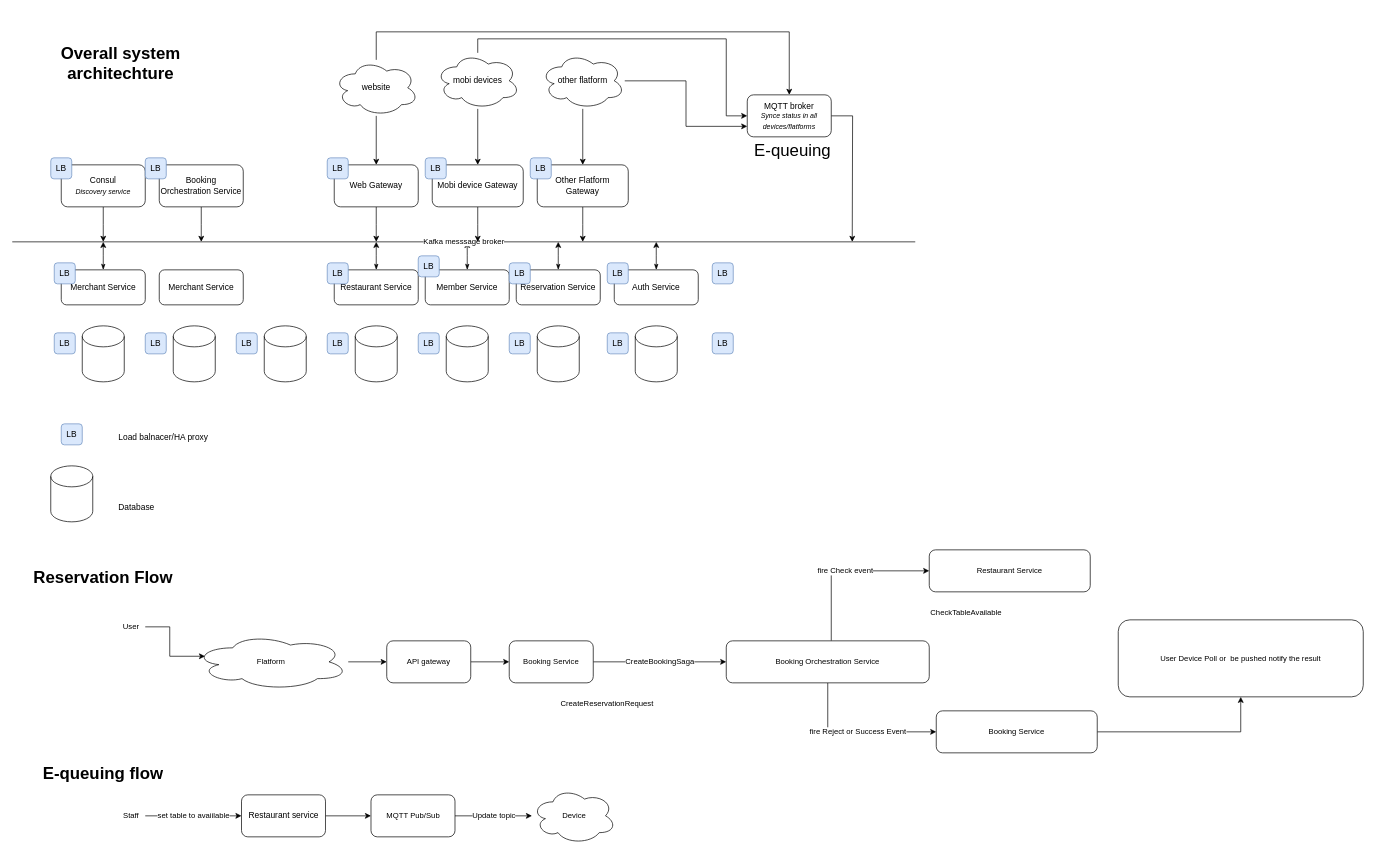
hanguyenbinh/booking-service keeps this draw.io diagram as page "System overview" (1 of 5) of reservation system.drawio. Above is the earlier version. Source tidied: cells renumbered, new cells numbered last; positions are measured from the earlier drawing's top-left corner, leaving out a move shared by most shapes. Both pictures are drawn from the tidied source at 70%, with x=0, y=0 at pixel (12, 31).
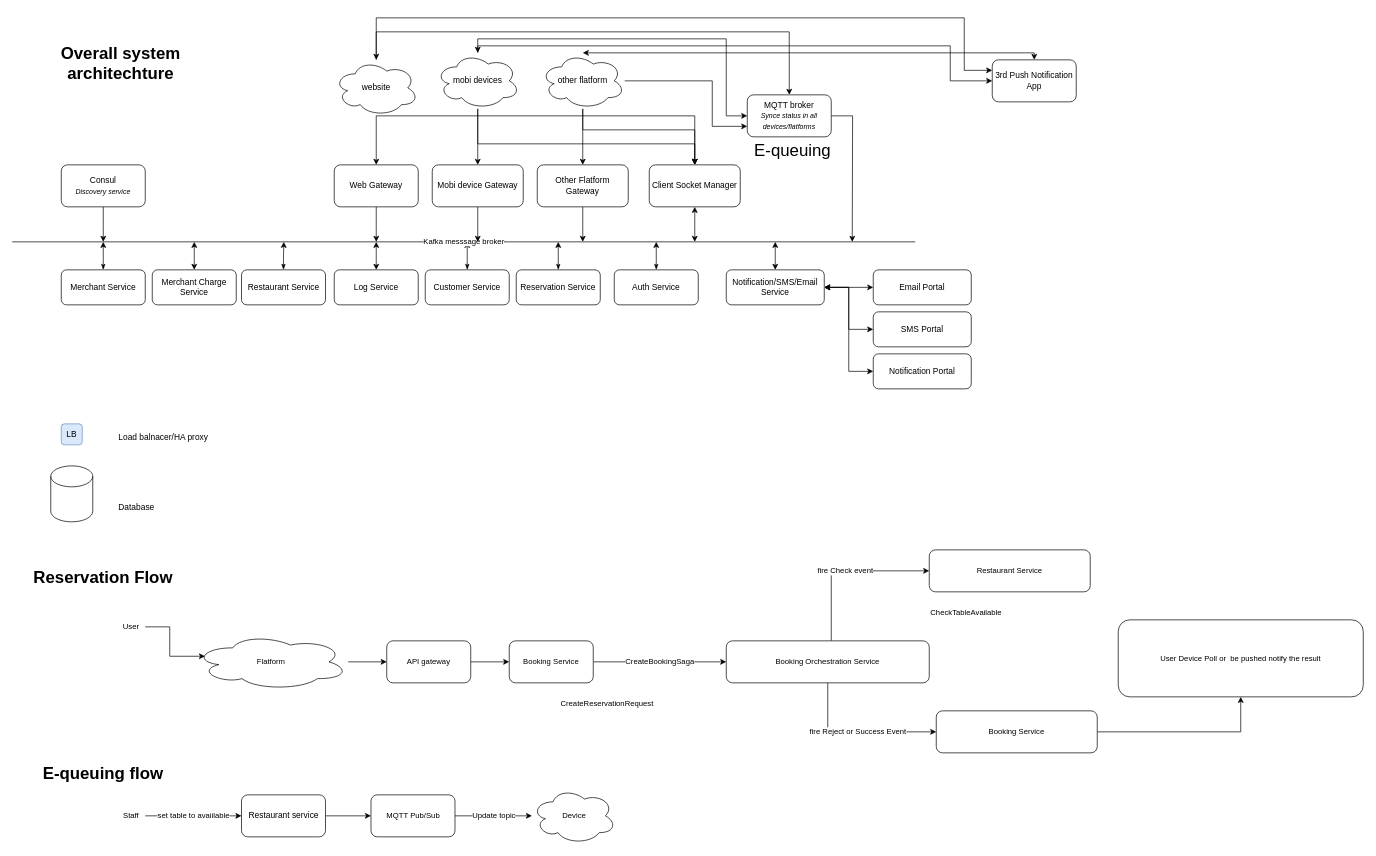
After the change.

Unchanged cells that the change refers to:
```xml
<mxCell id="33" value="website" style="ellipse;shape=cloud;whiteSpace=wrap;html=1;" parent="1" vertex="1">
  <mxGeometry x="460" y="40" width="120" height="80" as="geometry" />
</mxCell>
<mxCell id="36" value="mobi devices" style="ellipse;shape=cloud;whiteSpace=wrap;html=1;" parent="1" vertex="1">
  <mxGeometry x="605" y="30" width="120" height="80" as="geometry" />
</mxCell>
<mxCell id="39" value="other flatform" style="ellipse;shape=cloud;whiteSpace=wrap;html=1;" parent="1" vertex="1">
  <mxGeometry x="755" y="30" width="120" height="80" as="geometry" />
</mxCell>
<mxCell id="41" value="MQTT broker&lt;br style=&quot;font-size: 11px&quot;&gt;&lt;font size=&quot;1&quot;&gt;&lt;i&gt;Synce status in all devices/flatforms&lt;/i&gt;&lt;/font&gt;" style="rounded=1;whiteSpace=wrap;html=1;" parent="1" vertex="1">
  <mxGeometry x="1050" y="90" width="120" height="60" as="geometry" />
</mxCell>
```

The edit, as a diff of the source:
```diff
@@
-    <mxCell id="4" style="edgeStyle=orthogonalEdgeStyle;rounded=0;jettySize=auto;html=1;startArrow=classicThin;startFill=1;" parent="1" edge="1" source="5">
+    <mxCell id="4" style="edgeStyle=orthogonalEdgeStyle;rounded=0;jettySize=auto;html=1;startArrow=classicThin;startFill=1;exitX=0.5;exitY=0;exitDx=0;exitDy=0;" parent="1" edge="1" source="5">
       <mxGeometry relative="1" as="geometry">
-        <mxPoint x="520" y="300" as="targetPoint" />
+        <mxPoint x="388" y="300" as="targetPoint" />
+        <Array as="points">
+          <mxPoint x="388" y="320" />
+          <mxPoint x="388" y="320" />
+        </Array>
       </mxGeometry>
     </mxCell>
     <mxCell id="5" value="Restaurant Service" style="rounded=1;whiteSpace=wrap;html=1;" parent="1" vertex="1">
-      <mxGeometry x="460" y="340" width="120" height="50" as="geometry" />
+      <mxGeometry x="327.5" y="340" width="120" height="50" as="geometry" />
     </mxCell>
@@
-    <mxCell id="9" value="Member Service" style="rounded=1;whiteSpace=wrap;html=1;" parent="1" vertex="1">
+    <mxCell id="9" value="Customer Service" style="rounded=1;whiteSpace=wrap;html=1;" parent="1" vertex="1">
       <mxGeometry x="590" y="340" width="120" height="50" as="geometry" />
     </mxCell>
@@
-    <mxCell id="15" style="shape=cylinder3;whiteSpace=wrap;html=1;boundedLbl=1;backgroundOutline=1;size=15;" parent="1" vertex="1">
-      <mxGeometry x="100" y="420" width="60" height="80" as="geometry" />
-    </mxCell>
-    <mxCell id="16" style="shape=cylinder3;whiteSpace=wrap;html=1;boundedLbl=1;backgroundOutline=1;size=15;" parent="1" vertex="1">
-      <mxGeometry x="230" y="420" width="60" height="80" as="geometry" />
-    </mxCell>
-    <mxCell id="17" style="shape=cylinder3;whiteSpace=wrap;html=1;boundedLbl=1;backgroundOutline=1;size=15;" parent="1" vertex="1">
-      <mxGeometry x="360" y="420" width="60" height="80" as="geometry" />
-    </mxCell>
-    <mxCell id="18" style="shape=cylinder3;whiteSpace=wrap;html=1;boundedLbl=1;backgroundOutline=1;size=15;" parent="1" vertex="1">
-      <mxGeometry x="490" y="420" width="60" height="80" as="geometry" />
-    </mxCell>
-    <mxCell id="19" style="shape=cylinder3;whiteSpace=wrap;html=1;boundedLbl=1;backgroundOutline=1;size=15;" parent="1" vertex="1">
-      <mxGeometry x="620" y="420" width="60" height="80" as="geometry" />
-    </mxCell>
-    <mxCell id="20" style="shape=cylinder3;whiteSpace=wrap;html=1;boundedLbl=1;backgroundOutline=1;size=15;" parent="1" vertex="1">
-      <mxGeometry x="750" y="420" width="60" height="80" as="geometry" />
-    </mxCell>
-    <mxCell id="21" style="shape=cylinder3;whiteSpace=wrap;html=1;boundedLbl=1;backgroundOutline=1;size=15;" parent="1" vertex="1">
-      <mxGeometry x="890" y="420" width="60" height="80" as="geometry" />
-    </mxCell>
@@
-    <mxCell id="25" style="edgeStyle=orthogonalEdgeStyle;rounded=0;jettySize=auto;html=1;" parent="1" edge="1" source="26">
-      <mxGeometry relative="1" as="geometry">
-        <mxPoint x="270" y="300" as="targetPoint" />
-      </mxGeometry>
-    </mxCell>
-    <mxCell id="26" value="Booking Orchestration Service" style="rounded=1;whiteSpace=wrap;html=1;" parent="1" vertex="1">
-      <mxGeometry x="210" y="190" width="120" height="60" as="geometry" />
-    </mxCell>
@@
+    <mxCell id="93" style="edgeStyle=orthogonalEdgeStyle;rounded=0;jettySize=auto;html=1;" parent="1" edge="1" source="33" target="101">
+      <mxGeometry relative="1" as="geometry">
+        <Array as="points">
+          <mxPoint x="975" y="120" />
+        </Array>
+      </mxGeometry>
+    </mxCell>
+    <mxCell id="94" style="edgeStyle=orthogonalEdgeStyle;rounded=0;jettySize=auto;html=1;entryX=0;entryY=0.25;entryDx=0;entryDy=0;startArrow=classic;startFill=1;" parent="1" edge="1" source="33" target="112">
+      <mxGeometry relative="1" as="geometry">
+        <Array as="points">
+          <mxPoint x="520" y="-20" />
+          <mxPoint x="1360" y="-20" />
+          <mxPoint x="1360" y="55" />
+        </Array>
+      </mxGeometry>
+    </mxCell>
@@
+    <mxCell id="95" style="edgeStyle=orthogonalEdgeStyle;rounded=0;jettySize=auto;html=1;entryX=0.5;entryY=0;entryDx=0;entryDy=0;" parent="1" edge="1" source="36" target="101">
+      <mxGeometry relative="1" as="geometry">
+        <Array as="points">
+          <mxPoint x="665" y="160" />
+          <mxPoint x="975" y="160" />
+        </Array>
+      </mxGeometry>
+    </mxCell>
+    <mxCell id="96" style="edgeStyle=orthogonalEdgeStyle;rounded=0;jettySize=auto;html=1;entryX=0;entryY=0.5;entryDx=0;entryDy=0;startArrow=classic;startFill=1;" parent="1" edge="1" source="36" target="112">
+      <mxGeometry relative="1" as="geometry">
+        <Array as="points">
+          <mxPoint x="665" y="20" />
+          <mxPoint x="1340" y="20" />
+        </Array>
+      </mxGeometry>
+    </mxCell>
@@
     <mxCell id="38" style="edgeStyle=orthogonalEdgeStyle;rounded=0;jettySize=auto;html=1;entryX=0;entryY=0.75;entryDx=0;entryDy=0;" parent="1" edge="1" source="39" target="41">
-      <mxGeometry relative="1" as="geometry" />
+      <mxGeometry relative="1" as="geometry">
+        <Array as="points">
+          <mxPoint x="1000" y="70" />
+          <mxPoint x="1000" y="135" />
+        </Array>
+      </mxGeometry>
     </mxCell>
+    <mxCell id="97" style="edgeStyle=orthogonalEdgeStyle;rounded=0;jettySize=auto;html=1;entryX=0.5;entryY=0;entryDx=0;entryDy=0;" parent="1" edge="1" source="39" target="101">
+      <mxGeometry relative="1" as="geometry">
+        <Array as="points">
+          <mxPoint x="815" y="140" />
+          <mxPoint x="975" y="140" />
+        </Array>
+      </mxGeometry>
+    </mxCell>
+    <mxCell id="98" style="edgeStyle=orthogonalEdgeStyle;rounded=0;jettySize=auto;html=1;startArrow=classic;startFill=1;" parent="1" edge="1" source="39" target="112">
+      <mxGeometry relative="1" as="geometry">
+        <Array as="points">
+          <mxPoint x="1460" y="30" />
+        </Array>
+      </mxGeometry>
+    </mxCell>
@@
-    <mxCell id="42" value="LB" style="rounded=1;whiteSpace=wrap;html=1;fillColor=#dae8fc;strokeColor=#6c8ebf;" parent="1" vertex="1">
-      <mxGeometry x="60" y="430" width="30" height="30" as="geometry" />
-    </mxCell>
-    <mxCell id="43" value="LB" style="rounded=1;whiteSpace=wrap;html=1;fillColor=#dae8fc;strokeColor=#6c8ebf;" parent="1" vertex="1">
-      <mxGeometry x="190" y="430" width="30" height="30" as="geometry" />
-    </mxCell>
-    <mxCell id="44" value="LB" style="rounded=1;whiteSpace=wrap;html=1;fillColor=#dae8fc;strokeColor=#6c8ebf;" parent="1" vertex="1">
-      <mxGeometry x="320" y="430" width="30" height="30" as="geometry" />
-    </mxCell>
-    <mxCell id="45" value="LB" style="rounded=1;whiteSpace=wrap;html=1;fillColor=#dae8fc;strokeColor=#6c8ebf;" parent="1" vertex="1">
-      <mxGeometry x="450" y="430" width="30" height="30" as="geometry" />
-    </mxCell>
-    <mxCell id="46" value="LB" style="rounded=1;whiteSpace=wrap;html=1;fillColor=#dae8fc;strokeColor=#6c8ebf;" parent="1" vertex="1">
-      <mxGeometry x="580" y="430" width="30" height="30" as="geometry" />
-    </mxCell>
-    <mxCell id="47" value="LB" style="rounded=1;whiteSpace=wrap;html=1;fillColor=#dae8fc;strokeColor=#6c8ebf;" parent="1" vertex="1">
-      <mxGeometry x="710" y="430" width="30" height="30" as="geometry" />
-    </mxCell>
-    <mxCell id="48" value="LB" style="rounded=1;whiteSpace=wrap;html=1;fillColor=#dae8fc;strokeColor=#6c8ebf;" parent="1" vertex="1">
-      <mxGeometry x="850" y="430" width="30" height="30" as="geometry" />
-    </mxCell>
-    <mxCell id="49" value="LB" style="rounded=1;whiteSpace=wrap;html=1;fillColor=#dae8fc;strokeColor=#6c8ebf;" parent="1" vertex="1">
-      <mxGeometry x="1000" y="430" width="30" height="30" as="geometry" />
-    </mxCell>
-    <mxCell id="50" value="LB" style="rounded=1;whiteSpace=wrap;html=1;fillColor=#dae8fc;strokeColor=#6c8ebf;" parent="1" vertex="1">
-      <mxGeometry x="60" y="330" width="30" height="30" as="geometry" />
-    </mxCell>
-    <mxCell id="51" value="LB" style="rounded=1;whiteSpace=wrap;html=1;fillColor=#dae8fc;strokeColor=#6c8ebf;" parent="1" vertex="1">
-      <mxGeometry x="450" y="330" width="30" height="30" as="geometry" />
-    </mxCell>
-    <mxCell id="52" value="LB" style="rounded=1;whiteSpace=wrap;html=1;fillColor=#dae8fc;strokeColor=#6c8ebf;" parent="1" vertex="1">
-      <mxGeometry x="580" y="320" width="30" height="30" as="geometry" />
-    </mxCell>
-    <mxCell id="53" value="LB" style="rounded=1;whiteSpace=wrap;html=1;fillColor=#dae8fc;strokeColor=#6c8ebf;" parent="1" vertex="1">
-      <mxGeometry x="710" y="330" width="30" height="30" as="geometry" />
-    </mxCell>
-    <mxCell id="54" value="LB" style="rounded=1;whiteSpace=wrap;html=1;fillColor=#dae8fc;strokeColor=#6c8ebf;" parent="1" vertex="1">
-      <mxGeometry x="850" y="330" width="30" height="30" as="geometry" />
-    </mxCell>
-    <mxCell id="55" value="LB" style="rounded=1;whiteSpace=wrap;html=1;fillColor=#dae8fc;strokeColor=#6c8ebf;" parent="1" vertex="1">
-      <mxGeometry x="1000" y="330" width="30" height="30" as="geometry" />
-    </mxCell>
-    <mxCell id="56" value="LB" style="rounded=1;whiteSpace=wrap;html=1;fillColor=#dae8fc;strokeColor=#6c8ebf;" parent="1" vertex="1">
-      <mxGeometry x="55" y="180" width="30" height="30" as="geometry" />
-    </mxCell>
-    <mxCell id="57" value="LB" style="rounded=1;whiteSpace=wrap;html=1;fillColor=#dae8fc;strokeColor=#6c8ebf;" parent="1" vertex="1">
-      <mxGeometry x="190" y="180" width="30" height="30" as="geometry" />
-    </mxCell>
-    <mxCell id="58" value="LB" style="rounded=1;whiteSpace=wrap;html=1;fillColor=#dae8fc;strokeColor=#6c8ebf;" parent="1" vertex="1">
-      <mxGeometry x="450" y="180" width="30" height="30" as="geometry" />
-    </mxCell>
-    <mxCell id="59" value="LB" style="rounded=1;whiteSpace=wrap;html=1;fillColor=#dae8fc;strokeColor=#6c8ebf;" parent="1" vertex="1">
-      <mxGeometry x="590" y="180" width="30" height="30" as="geometry" />
-    </mxCell>
-    <mxCell id="60" value="LB" style="rounded=1;whiteSpace=wrap;html=1;fillColor=#dae8fc;strokeColor=#6c8ebf;" parent="1" vertex="1">
-      <mxGeometry x="740" y="180" width="30" height="30" as="geometry" />
-    </mxCell>
@@
+    <mxCell id="99" style="edgeStyle=orthogonalEdgeStyle;rounded=0;jettySize=auto;html=1;startArrow=classic;startFill=1;" parent="1" edge="1" source="92">
+      <mxGeometry relative="1" as="geometry">
+        <mxPoint x="260" y="300" as="targetPoint" />
+      </mxGeometry>
+    </mxCell>
-    <mxCell id="92" value="Merchant Service" style="rounded=1;whiteSpace=wrap;html=1;" parent="1" vertex="1">
-      <mxGeometry x="210" y="340" width="120" height="50" as="geometry" />
+    <mxCell id="92" value="Merchant Charge Service" style="rounded=1;whiteSpace=wrap;html=1;" parent="1" vertex="1">
+      <mxGeometry x="200" y="340" width="120" height="50" as="geometry" />
     </mxCell>
+    <mxCell id="100" style="edgeStyle=orthogonalEdgeStyle;rounded=0;jettySize=auto;html=1;startArrow=classic;startFill=1;" parent="1" edge="1" source="101">
+      <mxGeometry relative="1" as="geometry">
+        <mxPoint x="975" y="300" as="targetPoint" />
+      </mxGeometry>
+    </mxCell>
+    <mxCell id="101" value="Client Socket Manager" style="rounded=1;whiteSpace=wrap;html=1;" parent="1" vertex="1">
+      <mxGeometry x="910" y="190" width="130" height="60" as="geometry" />
+    </mxCell>
+    <mxCell id="102" style="edgeStyle=orthogonalEdgeStyle;rounded=0;jettySize=auto;html=1;startArrow=classic;startFill=1;" parent="1" edge="1" source="106">
+      <mxGeometry relative="1" as="geometry">
+        <mxPoint x="1090" y="300" as="targetPoint" />
+      </mxGeometry>
+    </mxCell>
+    <mxCell id="103" style="edgeStyle=orthogonalEdgeStyle;rounded=0;jettySize=auto;html=1;entryX=0;entryY=0.5;entryDx=0;entryDy=0;startArrow=classic;startFill=1;" parent="1" edge="1" source="106" target="107">
+      <mxGeometry relative="1" as="geometry" />
+    </mxCell>
+    <mxCell id="104" style="edgeStyle=orthogonalEdgeStyle;rounded=0;jettySize=auto;html=1;entryX=0;entryY=0.5;entryDx=0;entryDy=0;startArrow=classic;startFill=1;" parent="1" edge="1" source="106" target="108">
+      <mxGeometry relative="1" as="geometry" />
+    </mxCell>
+    <mxCell id="105" style="edgeStyle=orthogonalEdgeStyle;rounded=0;jettySize=auto;html=1;entryX=0;entryY=0.5;entryDx=0;entryDy=0;startArrow=classic;startFill=1;" parent="1" edge="1" source="106" target="109">
+      <mxGeometry relative="1" as="geometry" />
+    </mxCell>
+    <mxCell id="106" value="Notification/SMS/Email Service" style="rounded=1;whiteSpace=wrap;html=1;" parent="1" vertex="1">
+      <mxGeometry x="1020" y="340" width="140" height="50" as="geometry" />
+    </mxCell>
+    <mxCell id="107" value="Email Portal" style="rounded=1;whiteSpace=wrap;html=1;" parent="1" vertex="1">
+      <mxGeometry x="1230" y="340" width="140" height="50" as="geometry" />
+    </mxCell>
+    <mxCell id="108" value="SMS Portal" style="rounded=1;whiteSpace=wrap;html=1;" parent="1" vertex="1">
+      <mxGeometry x="1230" y="400" width="140" height="50" as="geometry" />
+    </mxCell>
+    <mxCell id="109" value="Notification Portal" style="rounded=1;whiteSpace=wrap;html=1;" parent="1" vertex="1">
+      <mxGeometry x="1230" y="460" width="140" height="50" as="geometry" />
+    </mxCell>
+    <mxCell id="110" style="edgeStyle=orthogonalEdgeStyle;rounded=0;jettySize=auto;html=1;startArrow=classic;startFill=1;" parent="1" edge="1" source="111">
+      <mxGeometry relative="1" as="geometry">
+        <mxPoint x="520" y="300" as="targetPoint" />
+      </mxGeometry>
+    </mxCell>
+    <mxCell id="111" value="Log Service" style="rounded=1;whiteSpace=wrap;html=1;" parent="1" vertex="1">
+      <mxGeometry x="460" y="340" width="120" height="50" as="geometry" />
+    </mxCell>
+    <mxCell id="112" value="3rd Push Notification App" style="rounded=1;whiteSpace=wrap;html=1;" parent="1" vertex="1">
+      <mxGeometry x="1400" y="40" width="120" height="60" as="geometry" />
+    </mxCell>
```
